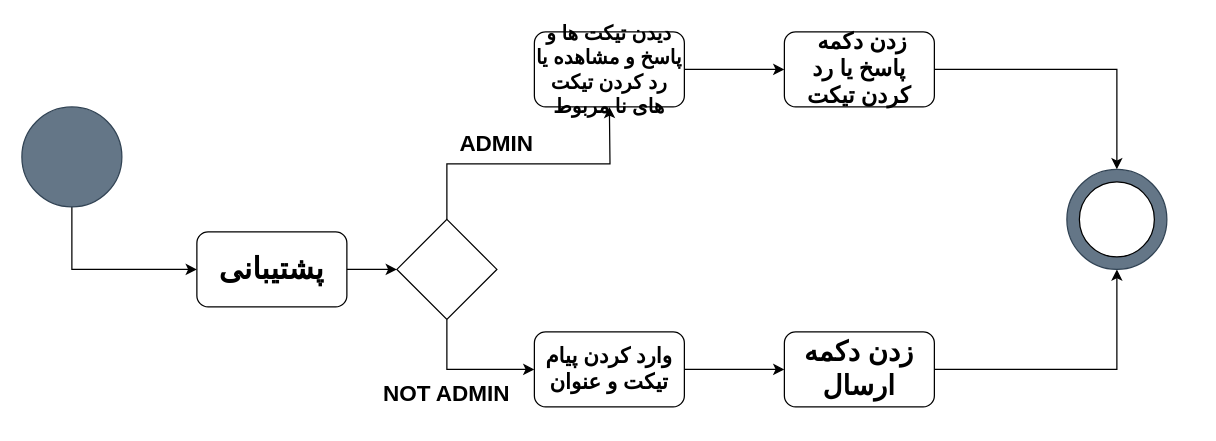
Earlier version of the draw.io diagram Activity Diagram/Support Activity Diagram.drawio (mmohajer9/sama-online-coaching-system). Source tidied: cells renumbered, new cells numbered last; positions are measured from the earlier drawing's top-left corner, leaving out a move shared by most shapes. Both pictures are drawn from the tidied source at 125%, with x=0, y=0 at pixel (21, 31).
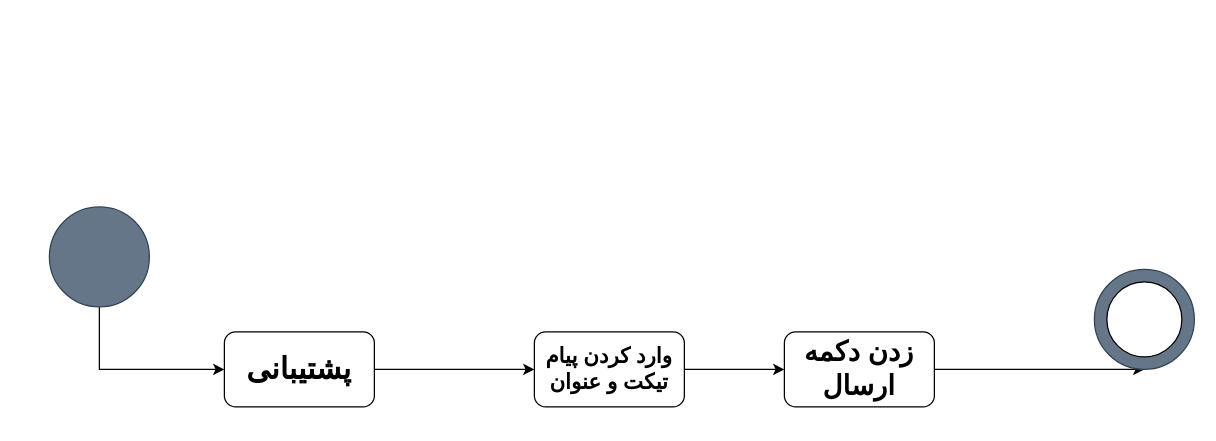
The same page after the edit.

Unchanged cells that the change refers to:
```xml
<mxCell id="14" value="&lt;b&gt;&lt;font style=&quot;font-size: 17px&quot;&gt;وارد کردن پیام تیکت و عنوان&lt;/font&gt;&lt;/b&gt;" style="rounded=1;whiteSpace=wrap;html=1;" parent="1" vertex="1">
  <mxGeometry x="410" y="240" width="120" height="60" as="geometry" />
</mxCell>
<mxCell id="16" value="&lt;font size=&quot;1&quot;&gt;&lt;b style=&quot;font-size: 22px&quot;&gt;زدن دکمه ارسال&lt;/b&gt;&lt;/font&gt;" style="rounded=1;whiteSpace=wrap;html=1;" parent="1" vertex="1">
  <mxGeometry x="610" y="240" width="120" height="60" as="geometry" />
</mxCell>
```

Diff of the diagram source:
```diff
@@
     <mxCell id="2" value="&lt;font style=&quot;font-size: 24px&quot;&gt;&lt;b&gt;پشتیبانی&lt;/b&gt;&lt;/font&gt;" style="rounded=1;whiteSpace=wrap;html=1;" parent="1" vertex="1">
-      <mxGeometry x="140" y="160" width="120" height="60" as="geometry" />
+      <mxGeometry x="162" y="240" width="120" height="60" as="geometry" />
     </mxCell>
-    <mxCell id="3" style="endArrow=classic;html=1;exitX=1;exitY=0.5;exitDx=0;exitDy=0;entryX=0;entryY=0.5;entryDx=0;entryDy=0;" parent="1" edge="1" source="2" target="8">
-      <mxGeometry relative="1" as="geometry" />
-    </mxCell>
-    <mxCell id="4" style="edgeStyle=orthogonalEdgeStyle;rounded=0;jettySize=auto;html=1;exitX=0.5;exitY=1;exitDx=0;exitDy=0;entryX=0;entryY=0.5;entryDx=0;entryDy=0;" parent="1" edge="1" source="5" target="2">
-      <mxGeometry relative="1" as="geometry" />
-    </mxCell>
-    <mxCell id="5" style="ellipse;whiteSpace=wrap;html=1;fillColor=#647687;strokeColor=#314354;fontColor=#ffffff;" parent="1" vertex="1">
-      <mxGeometry y="60" width="80" height="80" as="geometry" />
-    </mxCell>
-    <mxCell id="6" style="edgeStyle=orthogonalEdgeStyle;rounded=0;jettySize=auto;html=1;exitX=0.5;exitY=0;exitDx=0;exitDy=0;" parent="1" edge="1" source="8">
-      <mxGeometry relative="1" as="geometry">
-        <mxPoint x="470" y="60" as="targetPoint" />
-      </mxGeometry>
-    </mxCell>
-    <mxCell id="7" style="edgeStyle=orthogonalEdgeStyle;rounded=0;jettySize=auto;html=1;exitX=0.5;exitY=1;exitDx=0;exitDy=0;entryX=0;entryY=0.5;entryDx=0;entryDy=0;" parent="1" edge="1" source="8" target="14">
-      <mxGeometry relative="1" as="geometry" />
-    </mxCell>
-    <mxCell id="8" style="rhombus;whiteSpace=wrap;html=1;" parent="1" vertex="1">
-      <mxGeometry x="300" y="150" width="80" height="80" as="geometry" />
-    </mxCell>
-    <mxCell id="9" style="edgeStyle=orthogonalEdgeStyle;rounded=0;jettySize=auto;html=1;" parent="1" edge="1" source="10" target="12">
-      <mxGeometry relative="1" as="geometry" />
-    </mxCell>
-    <mxCell id="10" value="&lt;b&gt;&lt;font style=&quot;font-size: 16px&quot;&gt;دیدن تیکت ها و پاسخ و مشاهده یا رد کردن تیکت های نا مربوط&lt;/font&gt;&lt;/b&gt;" style="rounded=1;whiteSpace=wrap;html=1;" parent="1" vertex="1">
-      <mxGeometry x="410" width="120" height="60" as="geometry" />
-    </mxCell>
-    <mxCell id="11" style="edgeStyle=orthogonalEdgeStyle;rounded=0;jettySize=auto;html=1;exitX=1;exitY=0.5;exitDx=0;exitDy=0;entryX=0.5;entryY=0;entryDx=0;entryDy=0;" parent="1" edge="1" source="12" target="17">
-      <mxGeometry relative="1" as="geometry" />
-    </mxCell>
-    <mxCell id="12" value="&lt;b&gt;&lt;font style=&quot;font-size: 18px&quot;&gt;&amp;nbsp;زدن دکمه پاسخ یا رد کردن تیکت&lt;/font&gt;&lt;/b&gt;" style="rounded=1;whiteSpace=wrap;html=1;" parent="1" vertex="1">
-      <mxGeometry x="610" width="120" height="60" as="geometry" />
-    </mxCell>
+    <mxCell id="21" style="endArrow=classic;html=1;exitX=1;exitY=0.5;exitDx=0;exitDy=0;entryX=0;entryY=0.5;entryDx=0;entryDy=0;" parent="1" edge="1" source="2" target="14">
+      <mxGeometry relative="1" as="geometry" />
+    </mxCell>
+    <mxCell id="22" style="edgeStyle=orthogonalEdgeStyle;rounded=0;jettySize=auto;html=1;exitX=0.5;exitY=1;exitDx=0;exitDy=0;entryX=0;entryY=0.5;entryDx=0;entryDy=0;" parent="1" edge="1" source="23" target="2">
+      <mxGeometry relative="1" as="geometry" />
+    </mxCell>
+    <mxCell id="23" style="ellipse;whiteSpace=wrap;html=1;fillColor=#647687;strokeColor=#314354;fontColor=#ffffff;" parent="1" vertex="1">
+      <mxGeometry x="22" y="140" width="80" height="80" as="geometry" />
+    </mxCell>
@@
-    <mxCell id="15" style="edgeStyle=orthogonalEdgeStyle;rounded=0;jettySize=auto;html=1;exitX=1;exitY=0.5;exitDx=0;exitDy=0;entryX=0.5;entryY=1;entryDx=0;entryDy=0;" parent="1" edge="1" source="16" target="17">
-      <mxGeometry relative="1" as="geometry" />
-    </mxCell>
+    <mxCell id="24" style="edgeStyle=orthogonalEdgeStyle;rounded=0;jettySize=auto;html=1;exitX=1;exitY=0.5;exitDx=0;exitDy=0;entryX=0.5;entryY=1;entryDx=0;entryDy=0;" parent="1" edge="1" source="16" target="25">
+      <mxGeometry relative="1" as="geometry">
+        <Array as="points">
+          <mxPoint x="842" y="270" />
+          <mxPoint x="842" y="270" />
+        </Array>
+      </mxGeometry>
+    </mxCell>
@@
-    <mxCell id="17" style="ellipse;whiteSpace=wrap;html=1;fillColor=#647687;strokeColor=#314354;fontColor=#ffffff;" parent="1" vertex="1">
-      <mxGeometry x="836" y="110" width="80" height="80" as="geometry" />
-    </mxCell>
-    <mxCell id="18" style="ellipse;whiteSpace=wrap;html=1;" parent="1" vertex="1">
-      <mxGeometry x="846" y="120" width="60" height="60" as="geometry" />
-    </mxCell>
-    <mxCell id="19" value="&lt;b&gt;&lt;font style=&quot;font-size: 18px&quot;&gt;ADMIN&lt;/font&gt;&lt;/b&gt;" style="text;html=1;strokeColor=none;fillColor=none;align=center;verticalAlign=middle;whiteSpace=wrap;rounded=0;strokeWidth=1;" parent="1" vertex="1">
-      <mxGeometry x="327" y="70" width="106" height="40" as="geometry" />
-    </mxCell>
-    <mxCell id="20" value="&lt;b&gt;&lt;font style=&quot;font-size: 18px&quot;&gt;NOT ADMIN&lt;br&gt;&lt;/font&gt;&lt;/b&gt;" style="text;html=1;strokeColor=none;fillColor=none;align=center;verticalAlign=middle;whiteSpace=wrap;rounded=0;strokeWidth=1;" parent="1" vertex="1">
-      <mxGeometry x="287" y="270" width="106" height="40" as="geometry" />
-    </mxCell>
+    <mxCell id="25" style="ellipse;whiteSpace=wrap;html=1;fillColor=#647687;strokeColor=#314354;fontColor=#ffffff;" parent="1" vertex="1">
+      <mxGeometry x="858" y="190" width="80" height="80" as="geometry" />
+    </mxCell>
+    <mxCell id="26" style="ellipse;whiteSpace=wrap;html=1;" parent="1" vertex="1">
+      <mxGeometry x="868" y="200" width="60" height="60" as="geometry" />
+    </mxCell>
```
